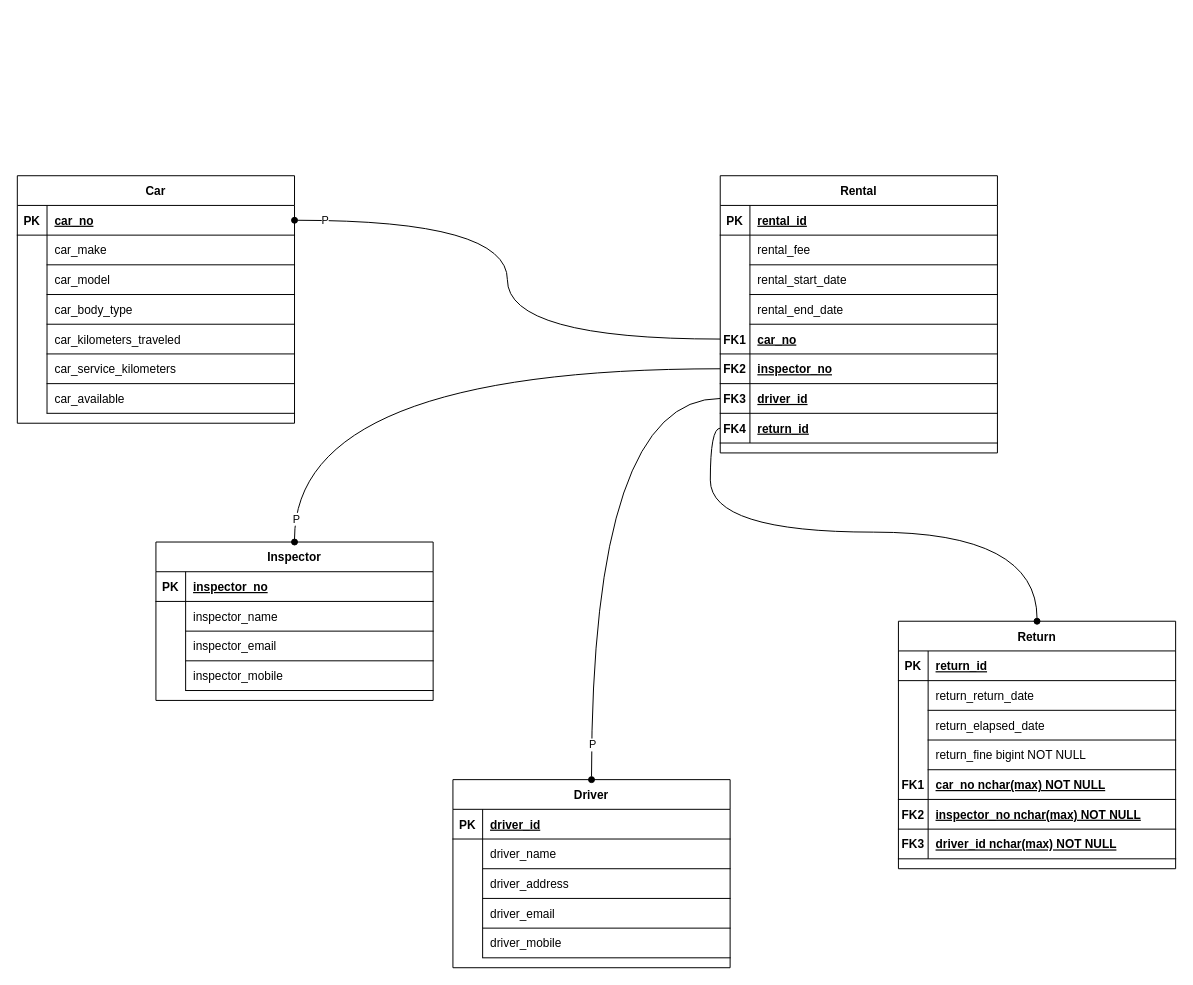
Before: cldv/poepart1.drawio in connor-davis/vc-yeartwo, a draw.io diagram. Source tidied: cells renumbered, new cells numbered last; positions are measured from the earlier drawing's top-left corner, leaving out a move shared by most shapes. Both pictures are drawn from the tidied source at 99%, with x=0, y=0 at pixel (17, 175).
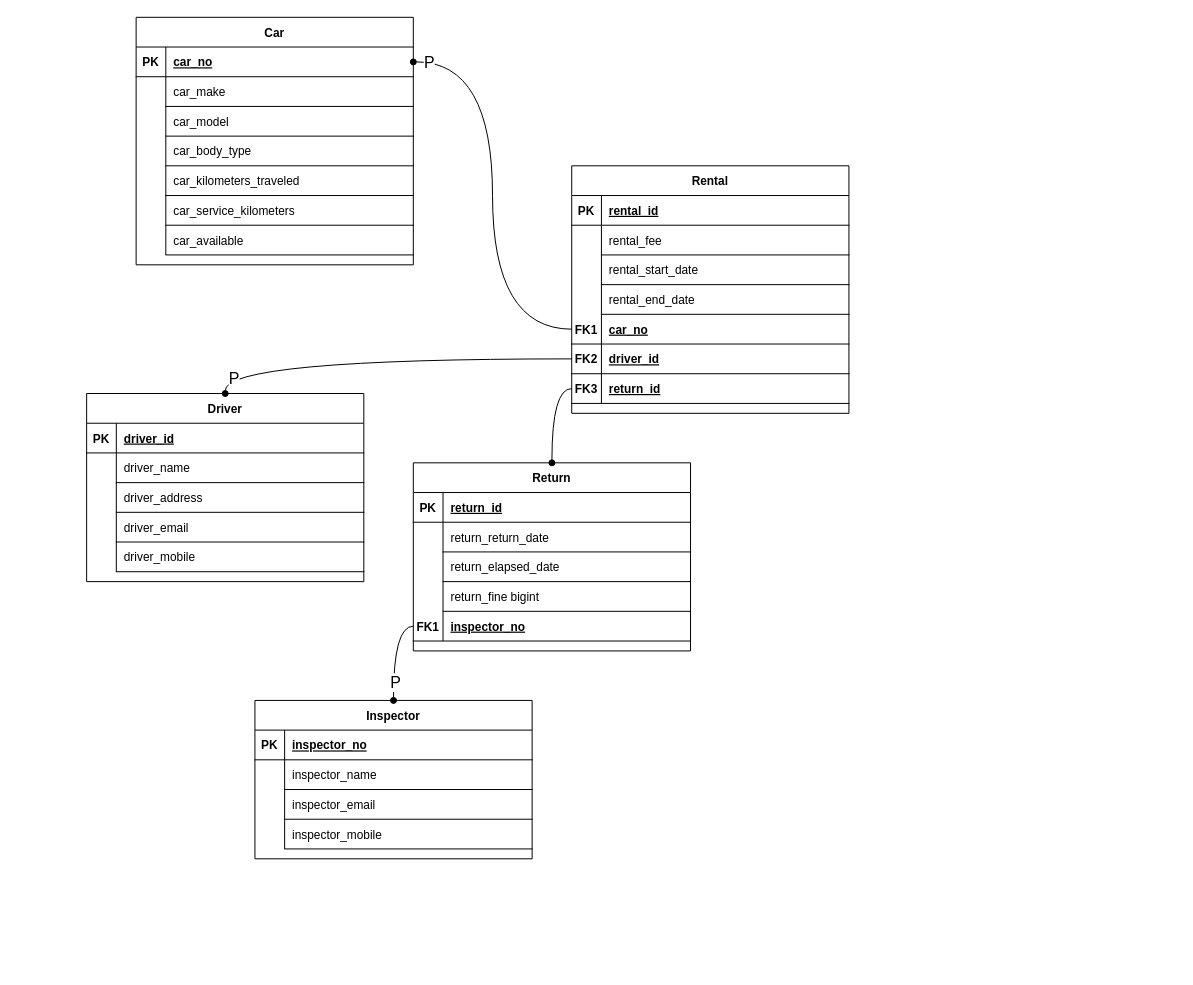
The same page after the edit.

The change refers to these unchanged cells:
```xml
<mxCell id="88" style="shape=partialRectangle;fillColor=none;top=0;left=0;right=0;bottom=0;" parent="78" vertex="1">
  <mxGeometry y="120" width="280" height="30" as="geometry" />
</mxCell>
<mxCell id="91" style="shape=partialRectangle;fillColor=none;points=[[0,0.5],[1,0.5]];portConstraint=eastwest;top=0;left=0;right=0;bottom=1;" parent="78" vertex="1">
  <mxGeometry y="150" width="280" height="30" as="geometry" />
</mxCell>
<mxCell id="100" style="edgeStyle=orthogonalEdgeStyle;fontSize=12;html=1;endArrow=none;startArrow=oval;rounded=0;exitX=0.5;exitY=0;exitDx=0;exitDy=0;endFill=0;startFill=1;entryX=0;entryY=0.5;entryDx=0;entryDy=0;curved=1;" parent="1" edge="1" source="49" target="43">
  <mxGeometry relative="1" as="geometry" />
</mxCell>
<mxCell id="104" style="edgeStyle=orthogonalEdgeStyle;fontSize=12;html=1;endArrow=none;startArrow=oval;rounded=0;exitX=1;exitY=0.5;exitDx=0;exitDy=0;elbow=vertical;endFill=0;startFill=1;entryX=0;entryY=0.5;entryDx=0;entryDy=0;curved=1;" parent="1" edge="1" source="3" target="37">
  <mxGeometry relative="1" as="geometry" />
</mxCell>
```

Diff of the diagram source:
```diff
@@
     <mxCell id="2" value="Car" style="shape=table;startSize=30;childLayout=tableLayout;rowLines=0;fontStyle=1;align=center;" parent="1" vertex="1">
-      <mxGeometry width="280" height="250" as="geometry" />
+      <mxGeometry x="120" y="-160" width="280" height="250" as="geometry" />
     </mxCell>
@@
     <mxCell id="24" value="Rental" style="shape=table;startSize=30;childLayout=tableLayout;rowLines=0;fontStyle=1;align=center;" parent="1" vertex="1">
-      <mxGeometry x="710" width="280" height="280" as="geometry" />
+      <mxGeometry x="560" y="-10" width="280" height="250" as="geometry" />
     </mxCell>
@@
-    <mxCell id="40" style="shape=partialRectangle;fillColor=none;points=[[0,0.5],[1,0.5]];portConstraint=eastwest;top=0;left=0;right=0;bottom=1;" parent="24" vertex="1">
-      <mxGeometry y="180" width="280" height="30" as="geometry" />
-    </mxCell>
-    <mxCell id="41" value="FK2" style="shape=partialRectangle;overflow=hidden;fillColor=none;top=0;left=0;bottom=0;right=0;fontStyle=1;" parent="40" vertex="1">
-      <mxGeometry width="30" height="30" as="geometry" />
-    </mxCell>
-    <mxCell id="42" value="inspector_no" style="shape=partialRectangle;overflow=hidden;fillColor=none;top=0;left=0;bottom=0;right=0;align=left;spacingLeft=6;fontStyle=5;" parent="40" vertex="1">
-      <mxGeometry x="30" width="250" height="30" as="geometry" />
-    </mxCell>
     <mxCell id="43" style="shape=partialRectangle;fillColor=none;points=[[0,0.5],[1,0.5]];portConstraint=eastwest;top=0;left=0;right=0;bottom=1;" parent="24" vertex="1">
-      <mxGeometry y="210" width="280" height="30" as="geometry" />
+      <mxGeometry y="180" width="280" height="30" as="geometry" />
     </mxCell>
-    <mxCell id="44" value="FK3" style="shape=partialRectangle;overflow=hidden;fillColor=none;top=0;left=0;bottom=0;right=0;fontStyle=1;" parent="43" vertex="1">
+    <mxCell id="44" value="FK2" style="shape=partialRectangle;overflow=hidden;fillColor=none;top=0;left=0;bottom=0;right=0;fontStyle=1;" parent="43" vertex="1">
       <mxGeometry width="30" height="30" as="geometry" />
     </mxCell>
@@
     <mxCell id="46" style="shape=partialRectangle;fillColor=none;points=[[0,0.5],[1,0.5]];portConstraint=eastwest;top=0;left=0;right=0;bottom=1;" parent="24" vertex="1">
-      <mxGeometry y="240" width="280" height="30" as="geometry" />
+      <mxGeometry y="210" width="280" height="30" as="geometry" />
     </mxCell>
-    <mxCell id="47" value="FK4" style="shape=partialRectangle;overflow=hidden;fillColor=none;top=0;left=0;bottom=0;right=0;fontStyle=1;" parent="46" vertex="1">
+    <mxCell id="47" value="FK3" style="shape=partialRectangle;overflow=hidden;fillColor=none;top=0;left=0;bottom=0;right=0;fontStyle=1;" parent="46" vertex="1">
       <mxGeometry width="30" height="30" as="geometry" />
     </mxCell>
@@
     <mxCell id="49" value="Driver" style="shape=table;startSize=30;childLayout=tableLayout;rowLines=0;fontStyle=1;align=center;" parent="1" vertex="1">
-      <mxGeometry x="440" y="610" width="280" height="190" as="geometry" />
+      <mxGeometry x="70" y="220" width="280" height="190" as="geometry" />
     </mxCell>
@@
     <mxCell id="65" value="Inspector" style="shape=table;startSize=30;childLayout=tableLayout;rowLines=0;fontStyle=1;align=center;" parent="1" vertex="1">
-      <mxGeometry x="140" y="370" width="280" height="160" as="geometry" />
+      <mxGeometry x="240" y="530" width="280" height="160" as="geometry" />
     </mxCell>
@@
     <mxCell id="78" value="Return" style="shape=table;startSize=30;childLayout=tableLayout;rowLines=0;fontStyle=1;align=center;" parent="1" vertex="1">
-      <mxGeometry x="890" y="450" width="280" height="250" as="geometry" />
+      <mxGeometry x="400" y="290" width="280" height="190" as="geometry" />
     </mxCell>
@@
-    <mxCell id="90" value="return_fine bigint NOT NULL" style="shape=partialRectangle;overflow=hidden;fillColor=none;top=0;left=0;bottom=1;right=0;align=left;spacingLeft=6;" parent="88" vertex="1">
+    <mxCell id="90" value="return_fine bigint" style="shape=partialRectangle;overflow=hidden;fillColor=none;top=0;left=0;bottom=1;right=0;align=left;spacingLeft=6;" parent="88" vertex="1">
       <mxGeometry x="30" width="250" height="30" as="geometry" />
     </mxCell>
@@
-    <mxCell id="93" value="car_no nchar(max) NOT NULL " style="shape=partialRectangle;overflow=hidden;fillColor=none;top=0;left=0;bottom=0;right=0;align=left;spacingLeft=6;fontStyle=5;" parent="91" vertex="1">
-      <mxGeometry x="30" width="250" height="30" as="geometry" />
-    </mxCell>
-    <mxCell id="94" style="shape=partialRectangle;fillColor=none;top=0;left=0;right=0;bottom=1;" parent="78" vertex="1">
-      <mxGeometry y="180" width="280" height="30" as="geometry" />
-    </mxCell>
-    <mxCell id="95" value="FK2" style="shape=partialRectangle;overflow=hidden;fillColor=none;top=0;left=0;bottom=0;right=0;fontStyle=1;" parent="94" vertex="1">
-      <mxGeometry width="30" height="30" as="geometry" />
-    </mxCell>
-    <mxCell id="96" value="inspector_no nchar(max) NOT NULL " style="shape=partialRectangle;overflow=hidden;fillColor=none;top=0;left=0;bottom=0;right=0;align=left;spacingLeft=6;fontStyle=5;" parent="94" vertex="1">
-      <mxGeometry x="30" width="250" height="30" as="geometry" />
-    </mxCell>
-    <mxCell id="97" style="shape=partialRectangle;fillColor=none;top=0;left=0;right=0;bottom=1;" parent="78" vertex="1">
-      <mxGeometry y="210" width="280" height="30" as="geometry" />
-    </mxCell>
-    <mxCell id="98" value="FK3" style="shape=partialRectangle;overflow=hidden;fillColor=none;top=0;left=0;bottom=0;right=0;fontStyle=1;" parent="97" vertex="1">
-      <mxGeometry width="30" height="30" as="geometry" />
-    </mxCell>
-    <mxCell id="99" value="driver_id nchar(max) NOT NULL " style="shape=partialRectangle;overflow=hidden;fillColor=none;top=0;left=0;bottom=0;right=0;align=left;spacingLeft=6;fontStyle=5;" parent="97" vertex="1">
-      <mxGeometry x="30" width="250" height="30" as="geometry" />
-    </mxCell>
+    <mxCell id="42" value="inspector_no" style="shape=partialRectangle;overflow=hidden;fillColor=none;top=0;left=0;bottom=0;right=0;align=left;spacingLeft=6;fontStyle=5;" parent="91" vertex="1">
+      <mxGeometry x="30" width="250" height="30" as="geometry" />
+    </mxCell>
@@
-    <mxCell id="101" value="P" style="edgeLabel;html=1;align=center;verticalAlign=middle;" parent="100" vertex="1">
-      <mxGeometry x="-0.86" relative="1" as="geometry" />
-    </mxCell>
+    <mxCell id="107" value="P" style="edgeLabel;html=1;align=center;verticalAlign=middle;fontSize=16;" parent="100" vertex="1">
+      <mxGeometry x="-0.91" y="-14" relative="1" as="geometry">
+        <mxPoint x="-6" y="1" as="offset" />
+      </mxGeometry>
+    </mxCell>
-    <mxCell id="102" style="edgeStyle=orthogonalEdgeStyle;fontSize=12;html=1;endArrow=none;startArrow=oval;rounded=0;exitX=0.5;exitY=0;exitDx=0;exitDy=0;elbow=vertical;endFill=0;startFill=1;entryX=0;entryY=0.5;entryDx=0;entryDy=0;curved=1;" parent="1" edge="1" source="65" target="40">
+    <mxCell id="102" style="edgeStyle=orthogonalEdgeStyle;fontSize=12;html=1;endArrow=none;startArrow=oval;rounded=0;exitX=0.5;exitY=0;exitDx=0;exitDy=0;elbow=vertical;endFill=0;startFill=1;entryX=0;entryY=0.5;entryDx=0;entryDy=0;curved=1;" parent="1" edge="1" source="65" target="91">
       <mxGeometry relative="1" as="geometry" />
     </mxCell>
-    <mxCell id="103" value="P" style="edgeLabel;html=1;align=center;verticalAlign=middle;" parent="102" vertex="1">
-      <mxGeometry x="-0.92" y="-1" relative="1" as="geometry" />
-    </mxCell>
+    <mxCell id="108" value="P" style="edgeLabel;html=1;align=center;verticalAlign=middle;fontSize=16;" parent="102" vertex="1">
+      <mxGeometry x="-0.79" y="-1" relative="1" as="geometry">
+        <mxPoint y="-9" as="offset" />
+      </mxGeometry>
+    </mxCell>
@@
-    <mxCell id="105" value="P" style="edgeLabel;html=1;align=center;verticalAlign=middle;" parent="104" vertex="1">
-      <mxGeometry x="-0.89" y="1" relative="1" as="geometry" />
-    </mxCell>
+    <mxCell id="109" value="P" style="edgeLabel;html=1;align=center;verticalAlign=middle;fontSize=16;" parent="104" vertex="1">
+      <mxGeometry x="-0.93" relative="1" as="geometry" />
+    </mxCell>
```
